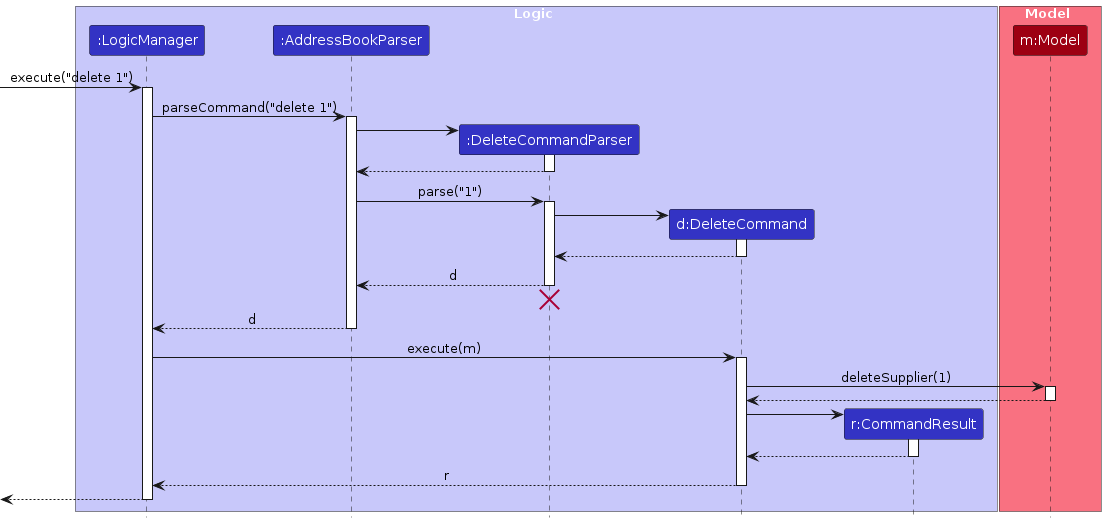
Before: diagrams/DeleteSequenceDiagram.png, a diagram exported from PlantUML (AY2425S1-CS2103T-T17-3/tp). Its source is kept beside it as diagrams/DeleteSequenceDiagram.puml.
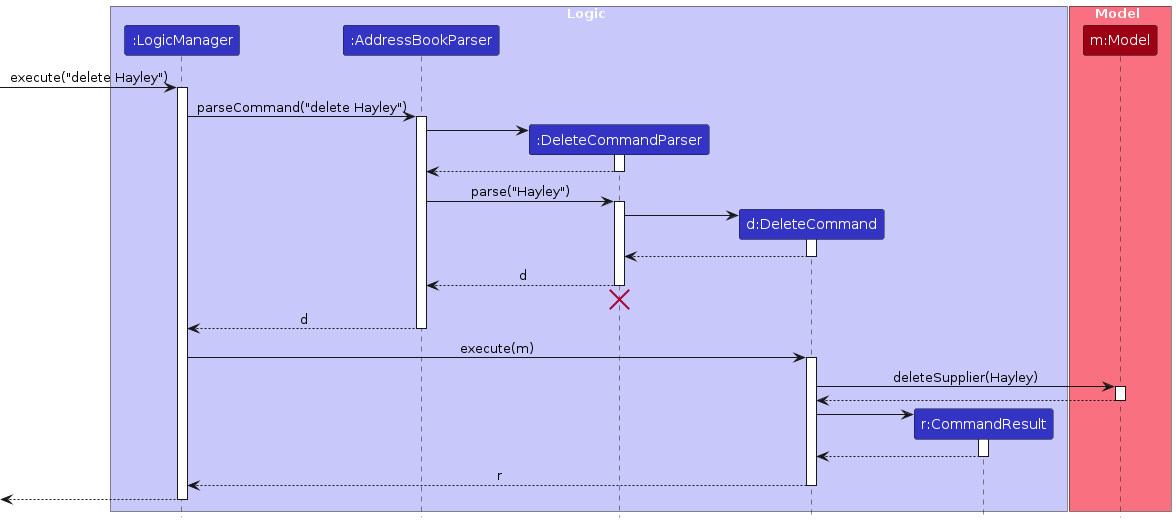
After the commit.

Diff of the diagram source:
```diff
@@ -14,10 +14,10 @@
 participant "m:Model" as Model MODEL_COLOR
 end box
 
-[-> LogicManager : execute("delete 1")
+[-> LogicManager : execute("delete Hayley")
 activate LogicManager
 
-LogicManager -> AddressBookParser : parseCommand("delete 1")
+LogicManager -> AddressBookParser : parseCommand("delete Hayley")
 activate AddressBookParser
 
 create DeleteCommandParser
@@ -27,7 +27,7 @@
 DeleteCommandParser --> AddressBookParser
 deactivate DeleteCommandParser
 
-AddressBookParser -> DeleteCommandParser : parse("1")
+AddressBookParser -> DeleteCommandParser : parse("Hayley")
 activate DeleteCommandParser
 
 create DeleteCommand
@@ -48,7 +48,7 @@
 LogicManager -> DeleteCommand : execute(m)
 activate DeleteCommand
 
-DeleteCommand -> Model : deleteSupplier(1)
+DeleteCommand -> Model : deleteSupplier(Hayley)
 activate Model
 
 Model --> DeleteCommand
```
